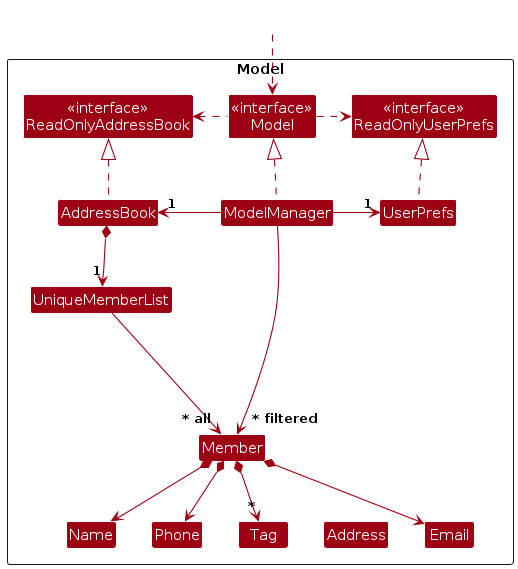
Earlier version of the PlantUML export diagrams/ModelClassDiagram.png (AY2526S1-CS2103T-T11-3/tp). Its source is kept beside it as diagrams/ModelClassDiagram.puml.
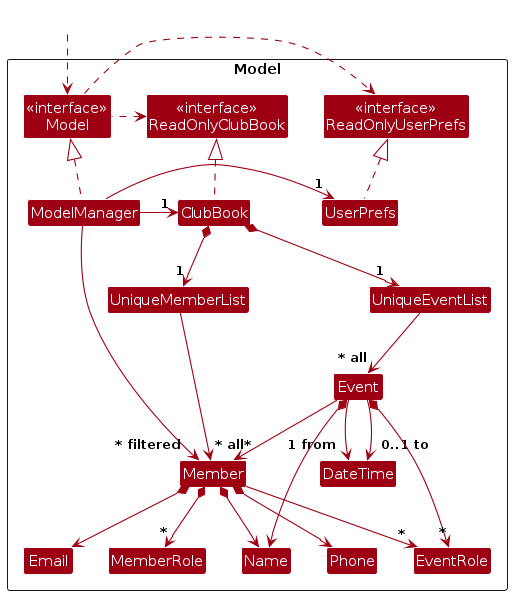
Above is the later version.

Change to the diagram source:
```diff
@@ -5,20 +5,24 @@
 skinparam classBackgroundColor MODEL_COLOR
 
 Package Model as ModelPackage <<Rectangle>>{
-Class "<<interface>>\nReadOnlyAddressBook" as ReadOnlyAddressBook
+Class "<<interface>>\nReadOnlyClubBook" as ReadOnlyClubBook
 Class "<<interface>>\nReadOnlyUserPrefs" as ReadOnlyUserPrefs
 Class "<<interface>>\nModel" as Model
-Class AddressBook
+Class ClubBook
 Class ModelManager
 Class UserPrefs
 
 Class UniqueMemberList
 Class Member
-Class Address
 Class Email
 Class Name
 Class Phone
-Class Tag
+Class MemberRole
+
+Class UniqueEventList
+Class Event
+Class EventRole
+class DateTime
 
 Class I #FFFFFF
 }
@@ -26,28 +30,37 @@
 Class HiddenOutside #FFFFFF
 HiddenOutside ..> Model
 
-AddressBook .up.|> ReadOnlyAddressBook
+ClubBook .up.|> ReadOnlyClubBook
 
 ModelManager .up.|> Model
 Model .right.> ReadOnlyUserPrefs
-Model .left.> ReadOnlyAddressBook
-ModelManager -left-> "1" AddressBook
+Model .left.> ReadOnlyClubBook
+ModelManager -left-> "1" ClubBook
 ModelManager -right-> "1" UserPrefs
 UserPrefs .up.|> ReadOnlyUserPrefs
 
-AddressBook *--> "1" UniqueMemberList
+ClubBook *--> "1" UniqueMemberList
+ClubBook *--> "1" UniqueEventList
 UniqueMemberList --> "~* all" Member
 Member *--> Name
 Member *--> Phone
 Member *--> Email
-Member *--> "*" Tag
+Member *--> "*" MemberRole
+Member --> "*" EventRole
 
 Member -[hidden]up--> I
 UniqueMemberList -[hidden]right-> I
 
+UniqueEventList --> "~* all" Event
+Event *--> Name
+Event --> "*" Member
+Event --> "1 from" DateTime
+Event --> "0..1 to" DateTime
+Event *--> "*" EventRole
+
+DateTime -[hidden]right-> Phone
 Name -[hidden]right-> Phone
-Phone -[hidden]right-> Address
-Address -[hidden]right-> Email
+Phone -[hidden]right-> Email
 
 ModelManager --> "~* filtered" Member
 @enduml
```
